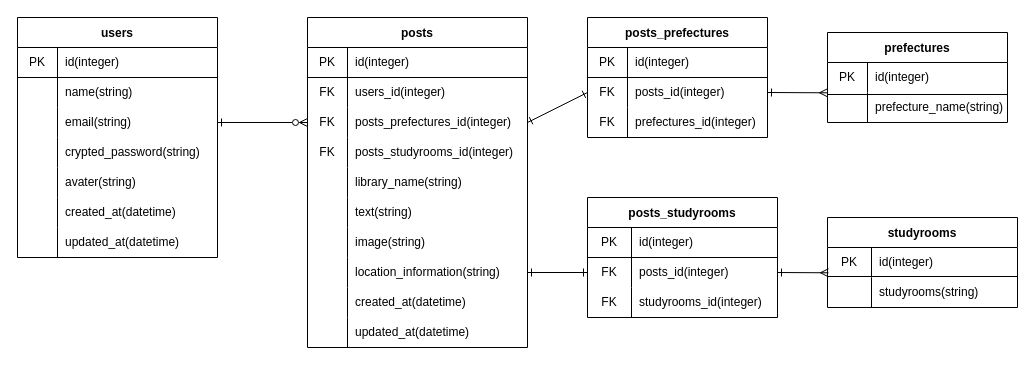
nanako45a/app_development3 keeps this draw.io diagram as ER_diagram.dio. Above is the earlier version. Source tidied: cells renumbered, new cells numbered last; positions are measured from the earlier drawing's top-left corner, leaving out a move shared by most shapes. Both pictures are drawn from the tidied source at 100%, with x=0, y=0 at pixel (17, 17).
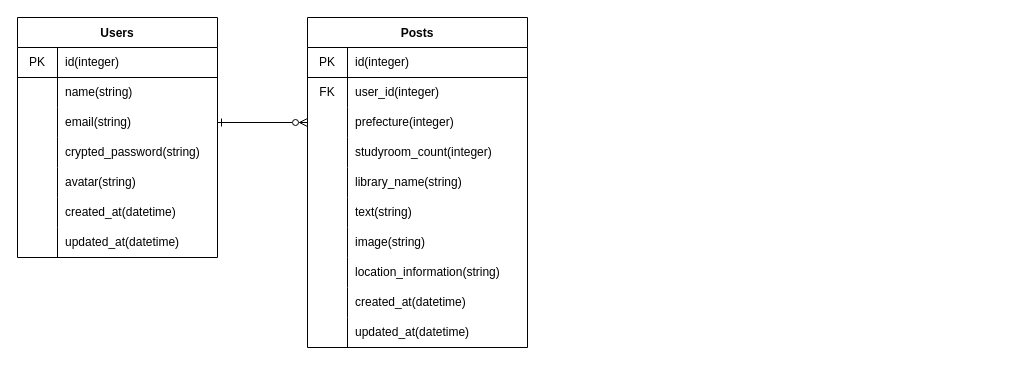
Above is the later version.

Unchanged cells that the change refers to:
```xml
<mxCell id="15" style="shape=tableRow;horizontal=0;startSize=0;swimlaneHead=0;swimlaneBody=0;top=0;left=0;bottom=0;right=0;fillColor=none;" parent="2" vertex="1">
  <mxGeometry y="150" width="200" height="30" as="geometry" />
</mxCell>
<mxCell id="28" style="shape=tableRow;horizontal=0;startSize=0;swimlaneHead=0;swimlaneBody=0;top=0;left=0;bottom=0;right=0;fillColor=none;" parent="24" vertex="1">
  <mxGeometry y="60" width="220" height="30" as="geometry" />
</mxCell>
<mxCell id="31" style="shape=tableRow;horizontal=0;startSize=0;swimlaneHead=0;swimlaneBody=0;top=0;left=0;bottom=0;right=0;fillColor=none;points=[[0,0.5],[1,0.5]];portConstraint=eastwest;" parent="24" vertex="1">
  <mxGeometry y="90" width="220" height="30" as="geometry" />
</mxCell>
<mxCell id="34" style="shape=tableRow;horizontal=0;startSize=0;swimlaneHead=0;swimlaneBody=0;top=0;left=0;bottom=0;right=0;fillColor=none;" parent="24" vertex="1">
  <mxGeometry y="120" width="220" height="30" as="geometry" />
</mxCell>
<mxCell id="46" style="shape=tableRow;horizontal=0;startSize=0;swimlaneHead=0;swimlaneBody=0;top=0;left=0;bottom=0;right=0;fillColor=none;points=[[0,0.5],[1,0.5]];portConstraint=eastwest;" parent="24" vertex="1">
  <mxGeometry y="240" width="220" height="30" as="geometry" />
</mxCell>
```

What changed in the source:
```diff
@@
-    <mxCell id="2" value="users" style="shape=table;startSize=30;childLayout=tableLayout;rowLines=0;fontStyle=1;" parent="1" vertex="1">
+    <mxCell id="2" value="Users" style="shape=table;startSize=30;childLayout=tableLayout;rowLines=0;fontStyle=1;" parent="1" vertex="1">
       <mxGeometry width="200" height="240" as="geometry" />
     </mxCell>
@@
-    <mxCell id="17" value="avater(string)" style="shape=partialRectangle;html=1;whiteSpace=wrap;fillColor=none;top=0;left=0;bottom=0;right=0;align=left;spacingLeft=6;overflow=hidden;" parent="15" vertex="1">
+    <mxCell id="17" value="avatar(string)" style="shape=partialRectangle;html=1;whiteSpace=wrap;fillColor=none;top=0;left=0;bottom=0;right=0;align=left;spacingLeft=6;overflow=hidden;" parent="15" vertex="1">
       <mxGeometry x="40" width="160" height="30" as="geometry" />
     </mxCell>
@@
-    <mxCell id="24" value="posts" style="shape=table;startSize=30;childLayout=tableLayout;rowLines=0;fontStyle=1;" parent="1" vertex="1">
+    <mxCell id="24" value="Posts" style="shape=table;startSize=30;childLayout=tableLayout;rowLines=0;fontStyle=1;" parent="1" vertex="1">
       <mxGeometry x="290" width="220" height="330" as="geometry" />
     </mxCell>
@@
-    <mxCell id="30" value="users_id(integer)" style="shape=partialRectangle;html=1;whiteSpace=wrap;fillColor=none;top=0;left=0;bottom=0;right=0;align=left;spacingLeft=6;overflow=hidden;" parent="28" vertex="1">
+    <mxCell id="30" value="user_id(integer)" style="shape=partialRectangle;html=1;whiteSpace=wrap;fillColor=none;top=0;left=0;bottom=0;right=0;align=left;spacingLeft=6;overflow=hidden;" parent="28" vertex="1">
       <mxGeometry x="40" width="180" height="30" as="geometry" />
     </mxCell>
@@
-    <mxCell id="32" value="FK" style="shape=partialRectangle;html=1;whiteSpace=wrap;fillColor=none;top=0;left=0;bottom=0;right=0;overflow=hidden;" parent="31" vertex="1">
+    <mxCell id="32" style="shape=partialRectangle;html=1;whiteSpace=wrap;fillColor=none;top=0;left=0;bottom=0;right=0;overflow=hidden;" parent="31" vertex="1">
       <mxGeometry width="40" height="30" as="geometry" />
     </mxCell>
-    <mxCell id="33" value="posts_prefectures_id(integer)" style="shape=partialRectangle;html=1;whiteSpace=wrap;fillColor=none;top=0;left=0;bottom=0;right=0;align=left;spacingLeft=6;overflow=hidden;" parent="31" vertex="1">
+    <mxCell id="33" value="prefecture(integer)" style="shape=partialRectangle;html=1;whiteSpace=wrap;fillColor=none;top=0;left=0;bottom=0;right=0;align=left;spacingLeft=6;overflow=hidden;" parent="31" vertex="1">
       <mxGeometry x="40" width="180" height="30" as="geometry" />
     </mxCell>
@@
-    <mxCell id="35" value="FK" style="shape=partialRectangle;html=1;whiteSpace=wrap;fillColor=none;top=0;left=0;bottom=0;right=0;overflow=hidden;" parent="34" vertex="1">
+    <mxCell id="35" style="shape=partialRectangle;html=1;whiteSpace=wrap;fillColor=none;top=0;left=0;bottom=0;right=0;overflow=hidden;" parent="34" vertex="1">
       <mxGeometry width="40" height="30" as="geometry" />
     </mxCell>
-    <mxCell id="36" value="posts_studyrooms_id(integer)" style="shape=partialRectangle;html=1;whiteSpace=wrap;fillColor=none;top=0;left=0;bottom=0;right=0;align=left;spacingLeft=6;overflow=hidden;" parent="34" vertex="1">
+    <mxCell id="36" value="studyroom_count(integer)" style="shape=partialRectangle;html=1;whiteSpace=wrap;fillColor=none;top=0;left=0;bottom=0;right=0;align=left;spacingLeft=6;overflow=hidden;" parent="34" vertex="1">
       <mxGeometry x="40" width="180" height="30" as="geometry" />
     </mxCell>
@@
-    <mxCell id="55" value="prefectures" style="shape=table;startSize=30;childLayout=tableLayout;rowLines=0;fontStyle=1;" parent="1" vertex="1">
-      <mxGeometry x="810" y="15" width="180" height="90" as="geometry" />
-    </mxCell>
-    <mxCell id="56" style="shape=tableRow;horizontal=0;startSize=0;swimlaneHead=0;swimlaneBody=0;top=0;left=0;bottom=0;right=0;fillColor=none;" parent="55" vertex="1">
-      <mxGeometry y="30" width="180" height="30" as="geometry" />
-    </mxCell>
-    <mxCell id="57" value="PK" style="shape=partialRectangle;html=1;whiteSpace=wrap;fillColor=none;top=0;left=0;bottom=0;right=0;overflow=hidden;" parent="56" vertex="1">
-      <mxGeometry width="40" height="30" as="geometry" />
-    </mxCell>
-    <mxCell id="58" value="id(integer)" style="shape=partialRectangle;html=1;whiteSpace=wrap;fillColor=none;top=0;left=0;bottom=0;right=0;align=left;spacingLeft=6;overflow=hidden;" parent="56" vertex="1">
-      <mxGeometry x="40" width="140" height="30" as="geometry" />
-    </mxCell>
-    <mxCell id="59" style="shape=tableRow;horizontal=0;startSize=0;swimlaneHead=0;swimlaneBody=0;top=0;left=0;bottom=0;right=0;fillColor=none;" parent="55" vertex="1">
-      <mxGeometry y="60" width="180" height="30" as="geometry" />
-    </mxCell>
-    <mxCell id="60" style="shape=partialRectangle;html=1;whiteSpace=wrap;fillColor=none;top=0;left=0;bottom=0;right=0;overflow=hidden;" parent="59" vertex="1">
-      <mxGeometry width="40" height="30" as="geometry" />
-    </mxCell>
-    <mxCell id="61" value="prefecture_name(string)" style="shape=partialRectangle;html=1;whiteSpace=wrap;fillColor=none;top=0;left=0;bottom=0;right=0;align=left;spacingLeft=6;overflow=hidden;" parent="59" vertex="1">
-      <mxGeometry x="40" width="140" height="30" as="geometry" />
-    </mxCell>
-    <mxCell id="62" value="studyrooms" style="shape=table;startSize=30;childLayout=tableLayout;rowLines=0;fontStyle=1;" parent="1" vertex="1">
-      <mxGeometry x="810" y="200" width="190" height="90" as="geometry" />
-    </mxCell>
-    <mxCell id="63" style="shape=tableRow;horizontal=0;startSize=0;swimlaneHead=0;swimlaneBody=0;top=0;left=0;bottom=0;right=0;fillColor=none;" parent="62" vertex="1">
-      <mxGeometry y="30" width="190" height="30" as="geometry" />
-    </mxCell>
-    <mxCell id="64" value="PK" style="shape=partialRectangle;html=1;whiteSpace=wrap;fillColor=none;top=0;left=0;bottom=0;right=0;overflow=hidden;" parent="63" vertex="1">
-      <mxGeometry width="44" height="30" as="geometry" />
-    </mxCell>
-    <mxCell id="65" value="id(integer)" style="shape=partialRectangle;html=1;whiteSpace=wrap;fillColor=none;top=0;left=0;bottom=0;right=0;align=left;spacingLeft=6;overflow=hidden;" parent="63" vertex="1">
-      <mxGeometry x="44" width="146" height="30" as="geometry" />
-    </mxCell>
-    <mxCell id="66" style="shape=tableRow;horizontal=0;startSize=0;swimlaneHead=0;swimlaneBody=0;top=0;left=0;bottom=0;right=0;fillColor=none;points=[[0,0.5],[1,0.5]];portConstraint=eastwest;" parent="62" vertex="1">
-      <mxGeometry y="60" width="190" height="30" as="geometry" />
-    </mxCell>
-    <mxCell id="67" style="shape=partialRectangle;html=1;whiteSpace=wrap;fillColor=none;top=0;left=0;bottom=0;right=0;overflow=hidden;" parent="66" vertex="1">
-      <mxGeometry width="44" height="30" as="geometry" />
-    </mxCell>
-    <mxCell id="68" value="studyrooms(string)" style="shape=partialRectangle;html=1;whiteSpace=wrap;fillColor=none;top=0;left=0;bottom=0;right=0;align=left;spacingLeft=6;overflow=hidden;" parent="66" vertex="1">
-      <mxGeometry x="44" width="146" height="30" as="geometry" />
-    </mxCell>
@@
-    <mxCell id="72" value="posts_prefectures" style="shape=table;startSize=30;childLayout=tableLayout;rowLines=0;fontStyle=1;" parent="1" vertex="1">
-      <mxGeometry x="570" width="180" height="120" as="geometry" />
-    </mxCell>
-    <mxCell id="73" style="shape=tableRow;horizontal=0;startSize=0;swimlaneHead=0;swimlaneBody=0;top=0;left=0;bottom=0;right=0;fillColor=none;" parent="72" vertex="1">
-      <mxGeometry y="30" width="180" height="30" as="geometry" />
-    </mxCell>
-    <mxCell id="74" value="PK" style="shape=partialRectangle;html=1;whiteSpace=wrap;fillColor=none;top=0;left=0;bottom=0;right=0;overflow=hidden;" parent="73" vertex="1">
-      <mxGeometry width="40" height="30" as="geometry" />
-    </mxCell>
-    <mxCell id="75" value="id(integer)" style="shape=partialRectangle;html=1;whiteSpace=wrap;fillColor=none;top=0;left=0;bottom=0;right=0;align=left;spacingLeft=6;overflow=hidden;" parent="73" vertex="1">
-      <mxGeometry x="40" width="140" height="30" as="geometry" />
-    </mxCell>
-    <mxCell id="76" style="shape=tableRow;horizontal=0;startSize=0;swimlaneHead=0;swimlaneBody=0;top=0;left=0;bottom=0;right=0;fillColor=none;points=[[0,0.5],[1,0.5]];portConstraint=eastwest;" parent="72" vertex="1">
-      <mxGeometry y="60" width="180" height="30" as="geometry" />
-    </mxCell>
-    <mxCell id="77" value="FK" style="shape=partialRectangle;html=1;whiteSpace=wrap;fillColor=none;top=0;left=0;bottom=0;right=0;overflow=hidden;" parent="76" vertex="1">
-      <mxGeometry width="40" height="30" as="geometry" />
-    </mxCell>
-    <mxCell id="78" value="posts_id(integer)" style="shape=partialRectangle;html=1;whiteSpace=wrap;fillColor=none;top=0;left=0;bottom=0;right=0;align=left;spacingLeft=6;overflow=hidden;" parent="76" vertex="1">
-      <mxGeometry x="40" width="140" height="30" as="geometry" />
-    </mxCell>
-    <mxCell id="79" style="shape=tableRow;horizontal=0;startSize=0;swimlaneHead=0;swimlaneBody=0;top=0;left=0;bottom=0;right=0;fillColor=none;" parent="72" vertex="1">
-      <mxGeometry y="90" width="180" height="30" as="geometry" />
-    </mxCell>
-    <mxCell id="80" value="FK" style="shape=partialRectangle;html=1;whiteSpace=wrap;fillColor=none;top=0;left=0;bottom=0;right=0;overflow=hidden;" parent="79" vertex="1">
-      <mxGeometry width="40" height="30" as="geometry" />
-    </mxCell>
-    <mxCell id="81" value="prefectures_id(integer)" style="shape=partialRectangle;html=1;whiteSpace=wrap;fillColor=none;top=0;left=0;bottom=0;right=0;align=left;spacingLeft=6;overflow=hidden;" parent="79" vertex="1">
-      <mxGeometry x="40" width="140" height="30" as="geometry" />
-    </mxCell>
-    <mxCell id="82" value="posts_studyrooms" style="shape=table;startSize=30;childLayout=tableLayout;rowLines=0;fontStyle=1;" parent="1" vertex="1">
-      <mxGeometry x="570" y="180" width="190" height="120" as="geometry" />
-    </mxCell>
-    <mxCell id="83" style="shape=tableRow;horizontal=0;startSize=0;swimlaneHead=0;swimlaneBody=0;top=0;left=0;bottom=0;right=0;fillColor=none;" parent="82" vertex="1">
-      <mxGeometry y="30" width="190" height="30" as="geometry" />
-    </mxCell>
-    <mxCell id="84" value="PK" style="shape=partialRectangle;html=1;whiteSpace=wrap;fillColor=none;top=0;left=0;bottom=0;right=0;overflow=hidden;" parent="83" vertex="1">
-      <mxGeometry width="44" height="30" as="geometry" />
-    </mxCell>
-    <mxCell id="85" value="id(integer)" style="shape=partialRectangle;html=1;whiteSpace=wrap;fillColor=none;top=0;left=0;bottom=0;right=0;align=left;spacingLeft=6;overflow=hidden;" parent="83" vertex="1">
-      <mxGeometry x="44" width="146" height="30" as="geometry" />
-    </mxCell>
-    <mxCell id="86" style="shape=tableRow;horizontal=0;startSize=0;swimlaneHead=0;swimlaneBody=0;top=0;left=0;bottom=0;right=0;fillColor=none;points=[[0,0.5],[1,0.5]];portConstraint=eastwest;" parent="82" vertex="1">
-      <mxGeometry y="60" width="190" height="30" as="geometry" />
-    </mxCell>
-    <mxCell id="87" value="FK" style="shape=partialRectangle;html=1;whiteSpace=wrap;fillColor=none;top=0;left=0;bottom=0;right=0;overflow=hidden;" parent="86" vertex="1">
-      <mxGeometry width="44" height="30" as="geometry" />
-    </mxCell>
-    <mxCell id="88" value="posts_id(integer)" style="shape=partialRectangle;html=1;whiteSpace=wrap;fillColor=none;top=0;left=0;bottom=0;right=0;align=left;spacingLeft=6;overflow=hidden;" parent="86" vertex="1">
-      <mxGeometry x="44" width="146" height="30" as="geometry" />
-    </mxCell>
-    <mxCell id="89" style="shape=tableRow;horizontal=0;startSize=0;swimlaneHead=0;swimlaneBody=0;top=0;left=0;bottom=0;right=0;fillColor=none;" parent="82" vertex="1">
-      <mxGeometry y="90" width="190" height="30" as="geometry" />
-    </mxCell>
-    <mxCell id="90" value="FK" style="shape=partialRectangle;html=1;whiteSpace=wrap;fillColor=none;top=0;left=0;bottom=0;right=0;overflow=hidden;" parent="89" vertex="1">
-      <mxGeometry width="44" height="30" as="geometry" />
-    </mxCell>
-    <mxCell id="91" value="studyrooms_id(integer)" style="shape=partialRectangle;html=1;whiteSpace=wrap;fillColor=none;top=0;left=0;bottom=0;right=0;align=left;spacingLeft=6;overflow=hidden;" parent="89" vertex="1">
-      <mxGeometry x="44" width="146" height="30" as="geometry" />
-    </mxCell>
-    <mxCell id="92" style="edgeStyle=none;html=1;exitX=1;exitY=0.5;exitDx=0;exitDy=0;entryX=0;entryY=0.5;entryDx=0;entryDy=0;startArrow=ERone;startFill=0;endArrow=ERone;endFill=0;" parent="1" edge="1" source="31" target="76">
-      <mxGeometry relative="1" as="geometry" />
-    </mxCell>
-    <mxCell id="93" style="edgeStyle=none;html=1;exitX=1;exitY=0.5;exitDx=0;exitDy=0;startArrow=ERone;startFill=0;endArrow=ERmany;endFill=0;" parent="1" edge="1" source="76">
-      <mxGeometry relative="1" as="geometry">
-        <mxPoint x="810" y="75.3" as="targetPoint" />
-      </mxGeometry>
-    </mxCell>
-    <mxCell id="94" style="edgeStyle=none;html=1;exitX=1;exitY=0.5;exitDx=0;exitDy=0;entryX=0;entryY=0.5;entryDx=0;entryDy=0;startArrow=ERone;startFill=0;endArrow=ERone;endFill=0;" parent="1" edge="1" source="46" target="86">
-      <mxGeometry relative="1" as="geometry" />
-    </mxCell>
-    <mxCell id="95" style="line;strokeWidth=1;html=1;" parent="1" vertex="1">
-      <mxGeometry x="570" y="55" width="180" height="10" as="geometry" />
-    </mxCell>
-    <mxCell id="96" style="line;strokeWidth=1;html=1;" parent="1" vertex="1">
-      <mxGeometry x="570" y="235" width="190" height="10" as="geometry" />
-    </mxCell>
-    <mxCell id="97" style="line;strokeWidth=1;html=1;" parent="1" vertex="1">
-      <mxGeometry x="810" y="72" width="180" height="10" as="geometry" />
-    </mxCell>
-    <mxCell id="98" style="line;strokeWidth=1;html=1;" parent="1" vertex="1">
-      <mxGeometry x="810" y="254" width="190" height="10" as="geometry" />
-    </mxCell>
-    <mxCell id="99" style="edgeStyle=none;html=1;exitX=1;exitY=0.5;exitDx=0;exitDy=0;entryX=0.005;entryY=-0.157;entryDx=0;entryDy=0;entryPerimeter=0;startArrow=ERone;startFill=0;endArrow=ERmany;endFill=0;" parent="1" edge="1" source="86" target="66">
-      <mxGeometry relative="1" as="geometry" />
-    </mxCell>
```
